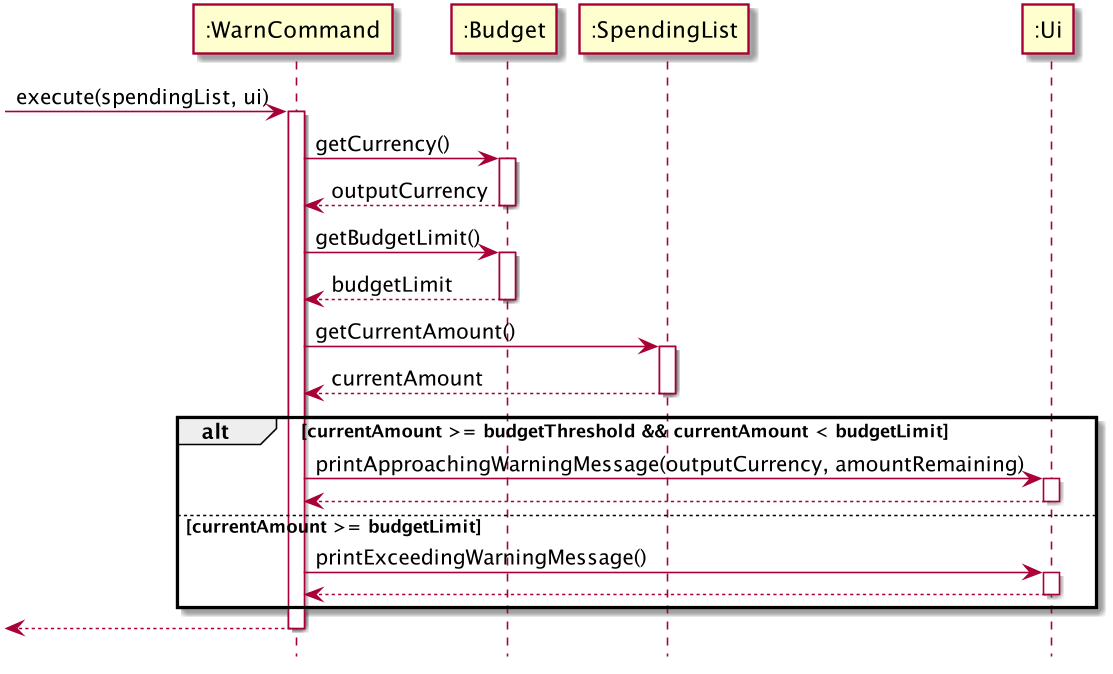
xieyaoyue/tp keeps this PlantUML diagram as docs/images/WarnCommand.png. Above is the earlier version.
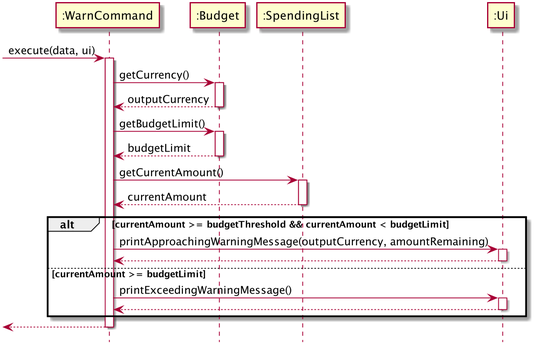
After the commit.

The edit, as a diff of the source:
```diff
@@ -1,6 +1,6 @@
 @startuml
 hide footbox
-->":WarnCommand":execute(spendingList, ui)
+->":WarnCommand":execute(data, ui)
 activate ":WarnCommand"
 ":WarnCommand"->":Budget":getCurrency()
 activate ":Budget"
```
